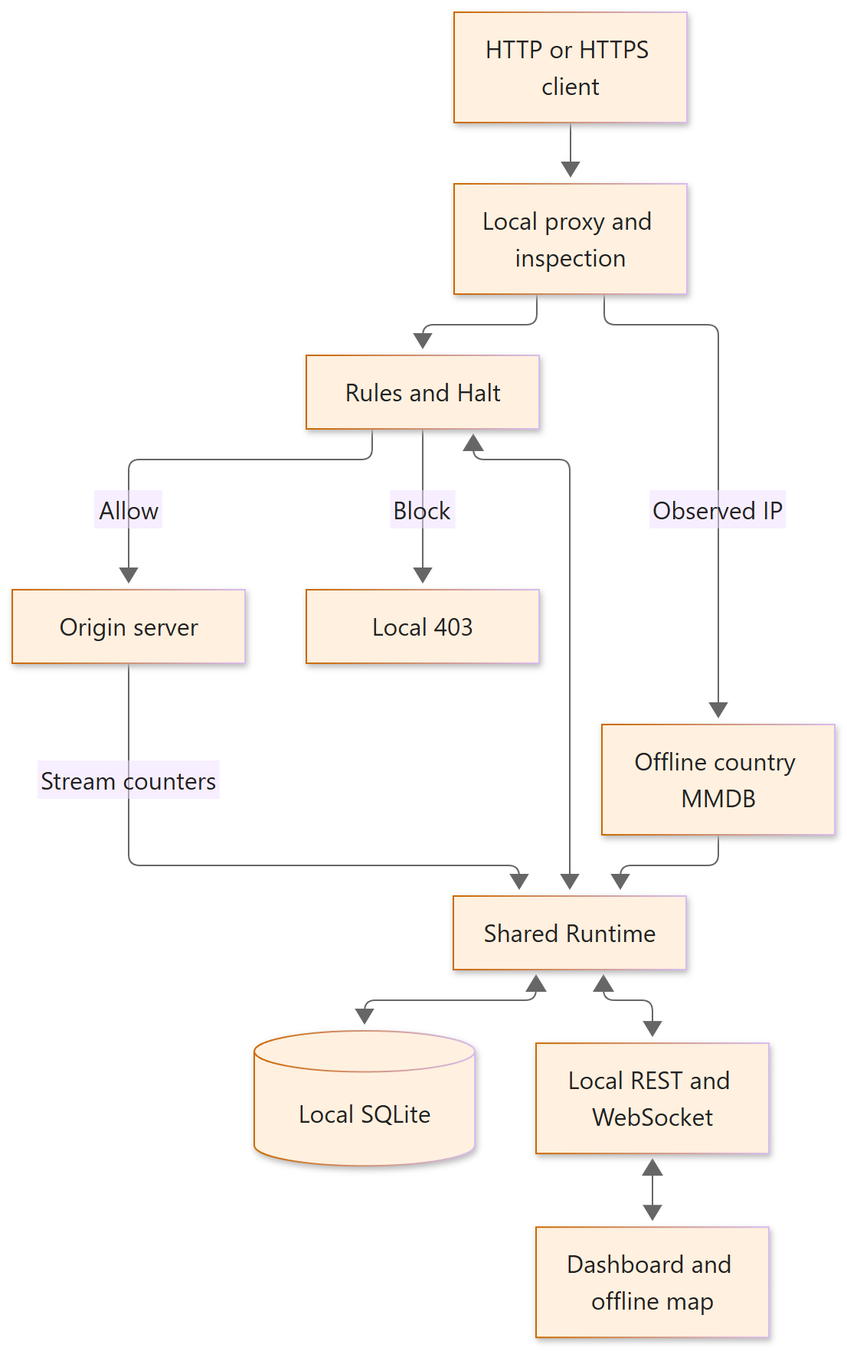
Celtors/SentriFlow-Network-Security keeps this Mermaid diagram as docs/proposal/diagrams/exported/system-architecture.png. Above is the earlier version. Its source is kept beside it as docs/proposal/diagrams/system-architecture.mmd.
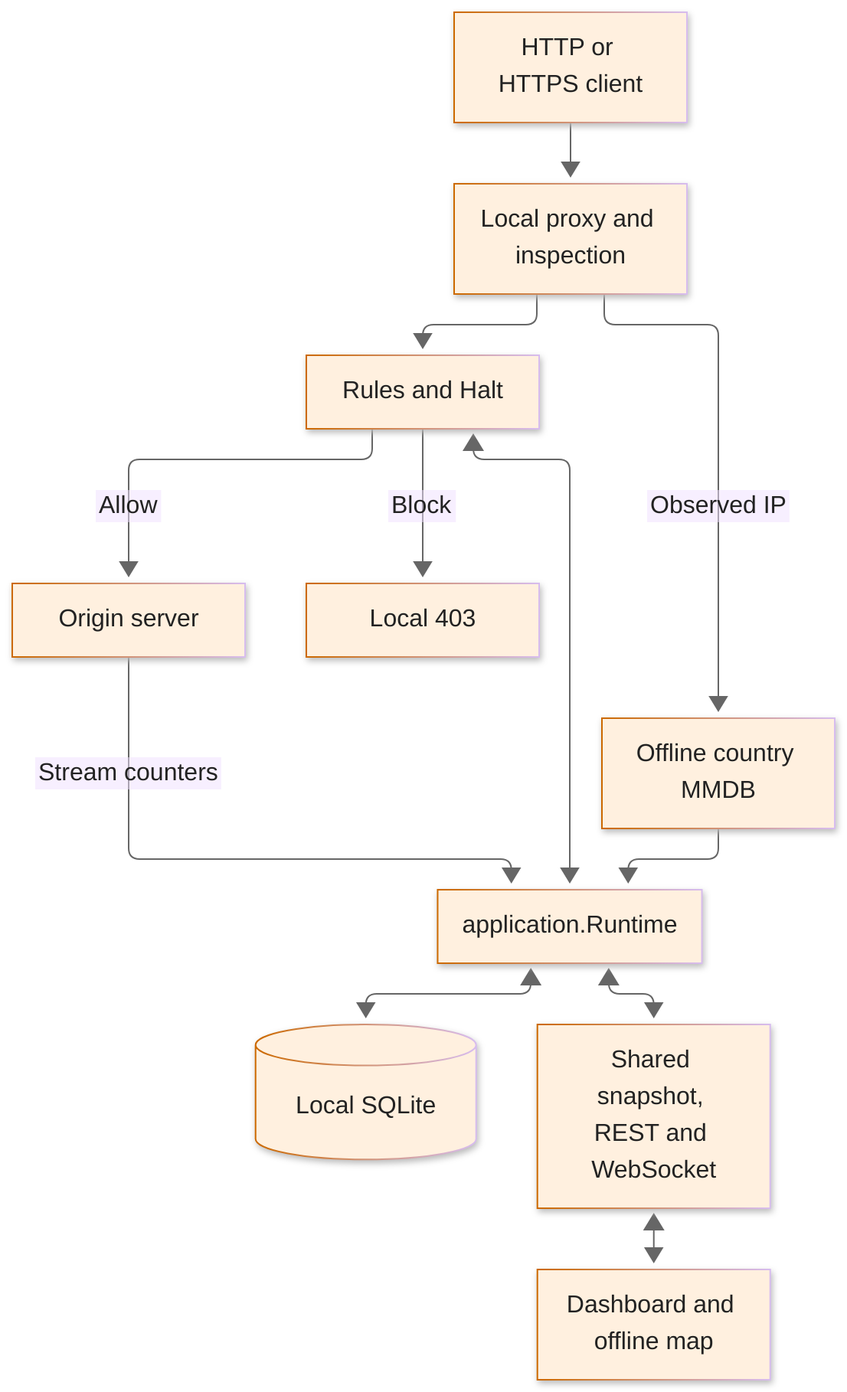
The same file after the commit.

What changed in the source:
```diff
@@ -3,10 +3,10 @@
   Proxy --> Decision[Rules and Halt]
   Decision -->|Allow| Origin[Origin server]
   Decision -->|Block| Reject[Local 403]
-  Decision <--> Runtime[Shared Runtime]
+  Decision <--> Runtime[application.Runtime]
   Runtime <--> SQLite[(Local SQLite)]
   Origin -->|Stream counters| Runtime
   Proxy -->|Observed IP| Geo[Offline country MMDB]
   Geo --> Runtime
-  Runtime <--> API[Local REST and WebSocket]
+  Runtime <--> API[Shared snapshot, REST and WebSocket]
   API <--> UI[Dashboard and offline map]
```
